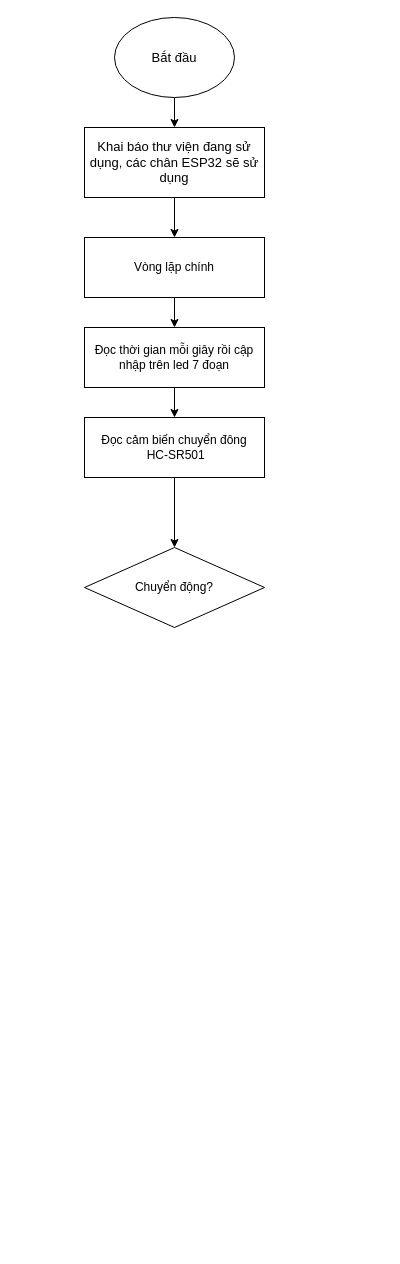
Earlier version of the draw.io diagram Biểu đồ không có tiêu đề.drawio (ngxziet/doan1). Source tidied: cells renumbered, new cells numbered last; positions are measured from the earlier drawing's top-left corner, leaving out a move shared by most shapes. Both pictures are drawn from the tidied source at 100%, with x=0, y=0 at pixel (84, 17).
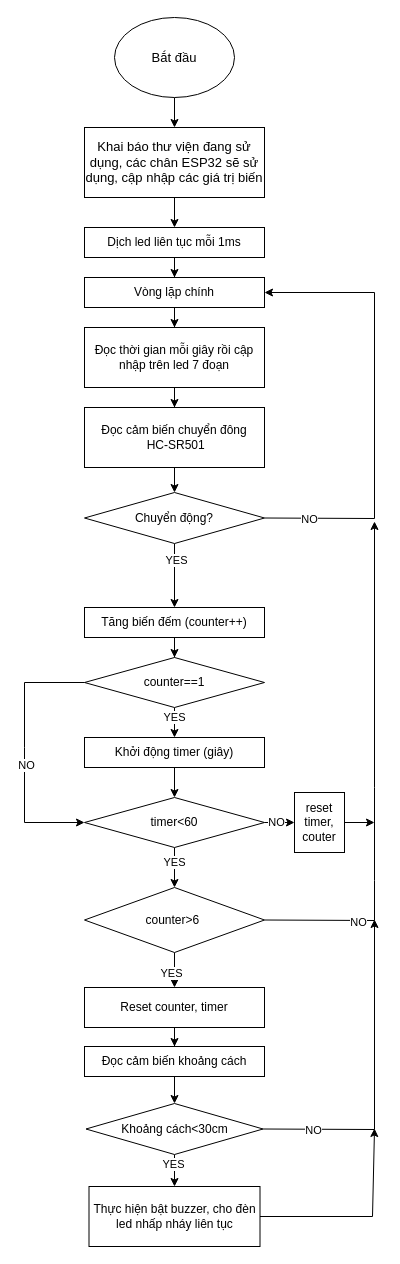
Above is the later version.

Commit message (it also covers changes not shown here):
Cập nhật Biểu đồ không có tiêu đề.drawio

Diff of the diagram source:
```diff
@@
-    <mxCell id="4" style="edgeStyle=orthogonalEdgeStyle;rounded=0;jettySize=auto;html=1;" parent="1" edge="1" source="5" target="7">
-      <mxGeometry relative="1" as="geometry" />
-    </mxCell>
+    <mxCell id="13" style="edgeStyle=orthogonalEdgeStyle;rounded=0;jettySize=auto;html=1;" parent="1" edge="1" source="5" target="17">
+      <mxGeometry relative="1" as="geometry" />
+    </mxCell>
-    <mxCell id="5" value="&lt;font style=&quot;font-size: 13px;&quot;&gt;Khai báo thư viện đang sử dụng, các chân ESP32 sẽ sử dụng&lt;/font&gt;" style="whiteSpace=wrap;html=1;" parent="1" vertex="1">
+    <mxCell id="5" value="&lt;font style=&quot;font-size: 13px;&quot;&gt;Khai báo thư viện đang sử dụng, các chân ESP32 sẽ sử dụng, cập nhập các giá trị biến&lt;/font&gt;" style="whiteSpace=wrap;html=1;" parent="1" vertex="1">
       <mxGeometry y="110" width="180" height="70" as="geometry" />
     </mxCell>
@@
     <mxCell id="7" value="Vòng lặp chính" style="whiteSpace=wrap;html=1;" parent="1" vertex="1">
-      <mxGeometry y="220" width="180" height="60" as="geometry" />
+      <mxGeometry y="260" width="180" height="30" as="geometry" />
     </mxCell>
@@
     <mxCell id="11" value="Đọc cảm biến chuyển đông&lt;div&gt;&amp;nbsp;HC-SR501&lt;/div&gt;" style="whiteSpace=wrap;html=1;" parent="1" vertex="1">
-      <mxGeometry y="400" width="180" height="60" as="geometry" />
+      <mxGeometry y="390" width="180" height="60" as="geometry" />
     </mxCell>
+    <mxCell id="14" style="edgeStyle=orthogonalEdgeStyle;rounded=0;jettySize=auto;html=1;" parent="1" edge="1" source="12" target="21">
+      <mxGeometry relative="1" as="geometry" />
+    </mxCell>
+    <mxCell id="15" value="YES" style="edgeLabel;html=1;align=center;verticalAlign=middle;" parent="14" vertex="1">
+      <mxGeometry x="-0.49" y="1" relative="1" as="geometry" />
+    </mxCell>
     <mxCell id="12" value="Chuyển động?" style="rhombus;whiteSpace=wrap;html=1;" parent="1" vertex="1">
-      <mxGeometry y="530" width="180" height="80" as="geometry" />
+      <mxGeometry y="475" width="180" height="51" as="geometry" />
     </mxCell>
+    <mxCell id="16" style="edgeStyle=orthogonalEdgeStyle;rounded=0;jettySize=auto;html=1;" parent="1" edge="1" source="17" target="7">
+      <mxGeometry relative="1" as="geometry" />
+    </mxCell>
+    <mxCell id="17" value="Dịch led liên tục mỗi 1ms" style="whiteSpace=wrap;html=1;" parent="1" vertex="1">
+      <mxGeometry y="210" width="180" height="30" as="geometry" />
+    </mxCell>
+    <mxCell id="18" style="endArrow=classic;html=1;rounded=0;exitX=1;exitY=0.5;exitDx=0;exitDy=0;entryX=1;entryY=0.5;entryDx=0;entryDy=0;" parent="1" edge="1" source="12" target="7">
+      <mxGeometry relative="1" as="geometry">
+        <Array as="points">
+          <mxPoint x="290" y="501" />
+          <mxPoint x="290" y="275" />
+        </Array>
+      </mxGeometry>
+    </mxCell>
+    <mxCell id="19" value="NO" style="edgeLabel;html=1;align=center;verticalAlign=middle;" parent="18" vertex="1">
+      <mxGeometry x="-0.8" y="-1" relative="1" as="geometry" />
+    </mxCell>
+    <mxCell id="20" style="edgeStyle=orthogonalEdgeStyle;rounded=0;jettySize=auto;html=1;" parent="1" edge="1" source="21" target="33">
+      <mxGeometry relative="1" as="geometry" />
+    </mxCell>
+    <mxCell id="21" value="Tăng biến đếm (counter++)" style="whiteSpace=wrap;html=1;" parent="1" vertex="1">
+      <mxGeometry y="590" width="180" height="30" as="geometry" />
+    </mxCell>
+    <mxCell id="22" style="edgeStyle=orthogonalEdgeStyle;rounded=0;jettySize=auto;html=1;" parent="1" edge="1" source="24" target="28">
+      <mxGeometry relative="1" as="geometry" />
+    </mxCell>
+    <mxCell id="23" value="YES" style="edgeLabel;html=1;align=center;verticalAlign=middle;" parent="22" vertex="1">
+      <mxGeometry x="-0.12" y="4" relative="1" as="geometry" />
+    </mxCell>
+    <mxCell id="24" value="counter&amp;gt;6&amp;nbsp;" style="rhombus;whiteSpace=wrap;html=1;" parent="1" vertex="1">
+      <mxGeometry y="870" width="180" height="65" as="geometry" />
+    </mxCell>
+    <mxCell id="25" style="endArrow=classic;html=1;rounded=0;exitX=1;exitY=0.5;exitDx=0;exitDy=0;" parent="1" edge="1" source="24">
+      <mxGeometry relative="1" as="geometry">
+        <mxPoint x="290" y="504" as="targetPoint" />
+        <Array as="points">
+          <mxPoint x="290" y="903" />
+          <mxPoint x="290" y="863" />
+          <mxPoint x="290" y="770" />
+        </Array>
+      </mxGeometry>
+    </mxCell>
+    <mxCell id="26" value="NO" style="edgeLabel;html=1;align=center;verticalAlign=middle;" parent="25" vertex="1">
+      <mxGeometry x="-0.63" y="-2" relative="1" as="geometry" />
+    </mxCell>
+    <mxCell id="27" style="edgeStyle=orthogonalEdgeStyle;rounded=0;jettySize=auto;html=1;" parent="1" edge="1" source="28" target="30">
+      <mxGeometry relative="1" as="geometry" />
+    </mxCell>
+    <mxCell id="28" value="Reset counter, timer" style="whiteSpace=wrap;html=1;" parent="1" vertex="1">
+      <mxGeometry y="970" width="180" height="40" as="geometry" />
+    </mxCell>
+    <mxCell id="29" style="edgeStyle=orthogonalEdgeStyle;rounded=0;jettySize=auto;html=1;" parent="1" edge="1" source="30" target="47">
+      <mxGeometry relative="1" as="geometry" />
+    </mxCell>
+    <mxCell id="30" value="Đọc cảm biến khoảng cách" style="whiteSpace=wrap;html=1;" parent="1" vertex="1">
+      <mxGeometry y="1029" width="180" height="30" as="geometry" />
+    </mxCell>
+    <mxCell id="31" style="edgeStyle=orthogonalEdgeStyle;rounded=0;jettySize=auto;html=1;" parent="1" edge="1" source="33" target="35">
+      <mxGeometry relative="1" as="geometry" />
+    </mxCell>
+    <mxCell id="32" value="YES" style="edgeLabel;html=1;align=center;verticalAlign=middle;" parent="31" vertex="1">
+      <mxGeometry x="-0.65" y="-1" relative="1" as="geometry" />
+    </mxCell>
+    <mxCell id="33" value="counter==1" style="rhombus;whiteSpace=wrap;html=1;" parent="1" vertex="1">
+      <mxGeometry y="640" width="180" height="50" as="geometry" />
+    </mxCell>
+    <mxCell id="34" style="edgeStyle=orthogonalEdgeStyle;rounded=0;jettySize=auto;html=1;" parent="1" edge="1" source="35" target="40">
+      <mxGeometry relative="1" as="geometry" />
+    </mxCell>
+    <mxCell id="35" value="Khởi động timer (giây)" style="whiteSpace=wrap;html=1;" parent="1" vertex="1">
+      <mxGeometry y="720" width="180" height="30" as="geometry" />
+    </mxCell>
+    <mxCell id="36" style="edgeStyle=orthogonalEdgeStyle;rounded=0;jettySize=auto;html=1;" parent="1" edge="1" source="40" target="24">
+      <mxGeometry relative="1" as="geometry" />
+    </mxCell>
+    <mxCell id="37" value="YES" style="edgeLabel;html=1;align=center;verticalAlign=middle;" parent="36" vertex="1">
+      <mxGeometry x="-0.28" y="-1" relative="1" as="geometry" />
+    </mxCell>
+    <mxCell id="38" style="edgeStyle=orthogonalEdgeStyle;rounded=0;jettySize=auto;html=1;" parent="1" edge="1" source="40" target="43">
+      <mxGeometry relative="1" as="geometry" />
+    </mxCell>
+    <mxCell id="39" value="NO" style="edgeLabel;html=1;align=center;verticalAlign=middle;" parent="38" vertex="1">
+      <mxGeometry x="0.24" y="1" relative="1" as="geometry" />
+    </mxCell>
+    <mxCell id="40" value="timer&amp;lt;60" style="rhombus;whiteSpace=wrap;html=1;" parent="1" vertex="1">
+      <mxGeometry y="780" width="180" height="50" as="geometry" />
+    </mxCell>
+    <mxCell id="41" style="endArrow=classic;html=1;rounded=0;entryX=0;entryY=0.5;entryDx=0;entryDy=0;exitX=0;exitY=0.5;exitDx=0;exitDy=0;" parent="1" edge="1" source="33" target="40">
+      <mxGeometry relative="1" as="geometry">
+        <Array as="points">
+          <mxPoint x="-60" y="665" />
+          <mxPoint x="-60" y="730" />
+          <mxPoint x="-60" y="805" />
+        </Array>
+      </mxGeometry>
+    </mxCell>
+    <mxCell id="42" value="NO" style="edgeLabel;html=1;align=center;verticalAlign=middle;" parent="41" vertex="1">
+      <mxGeometry x="0.09" y="1" relative="1" as="geometry" />
+    </mxCell>
+    <mxCell id="43" value="reset timer, couter" style="whiteSpace=wrap;html=1;" parent="1" vertex="1">
+      <mxGeometry x="210" y="775" width="50" height="60" as="geometry" />
+    </mxCell>
+    <mxCell id="44" style="endArrow=classic;html=1;rounded=0;exitX=1;exitY=0.5;exitDx=0;exitDy=0;" parent="1" edge="1" source="43">
+      <mxGeometry relative="1" as="geometry">
+        <mxPoint x="290" y="805" as="targetPoint" />
+      </mxGeometry>
+    </mxCell>
+    <mxCell id="45" style="edgeStyle=orthogonalEdgeStyle;rounded=0;jettySize=auto;html=1;" parent="1" edge="1" source="47" target="50">
+      <mxGeometry relative="1" as="geometry" />
+    </mxCell>
+    <mxCell id="46" value="YES" style="edgeLabel;html=1;align=center;verticalAlign=middle;" parent="45" vertex="1">
+      <mxGeometry x="-0.62" y="-2" relative="1" as="geometry" />
+    </mxCell>
+    <mxCell id="47" value="Khoảng cách&amp;lt;30cm" style="rhombus;whiteSpace=wrap;html=1;" parent="1" vertex="1">
+      <mxGeometry x="1.5" y="1086" width="177" height="51" as="geometry" />
+    </mxCell>
+    <mxCell id="48" style="endArrow=classic;html=1;rounded=0;exitX=1;exitY=0.5;exitDx=0;exitDy=0;" parent="1" edge="1" source="47">
+      <mxGeometry relative="1" as="geometry">
+        <mxPoint x="290" y="902" as="targetPoint" />
+        <Array as="points">
+          <mxPoint x="290" y="1112" />
+        </Array>
+      </mxGeometry>
+    </mxCell>
+    <mxCell id="49" value="NO" style="edgeLabel;html=1;align=center;verticalAlign=middle;" parent="48" vertex="1">
+      <mxGeometry x="-0.69" y="-1" relative="1" as="geometry" />
+    </mxCell>
+    <mxCell id="50" value="Thực hiện bật buzzer, cho đèn led nhấp nháy liên tục" style="whiteSpace=wrap;html=1;" parent="1" vertex="1">
+      <mxGeometry x="4.5" y="1169" width="171" height="60" as="geometry" />
+    </mxCell>
+    <mxCell id="51" style="endArrow=classic;html=1;rounded=0;exitX=1;exitY=0.5;exitDx=0;exitDy=0;" parent="1" edge="1" source="50">
+      <mxGeometry relative="1" as="geometry">
+        <mxPoint x="290" y="1111" as="targetPoint" />
+        <Array as="points">
+          <mxPoint x="288" y="1199" />
+        </Array>
+      </mxGeometry>
+    </mxCell>
```
